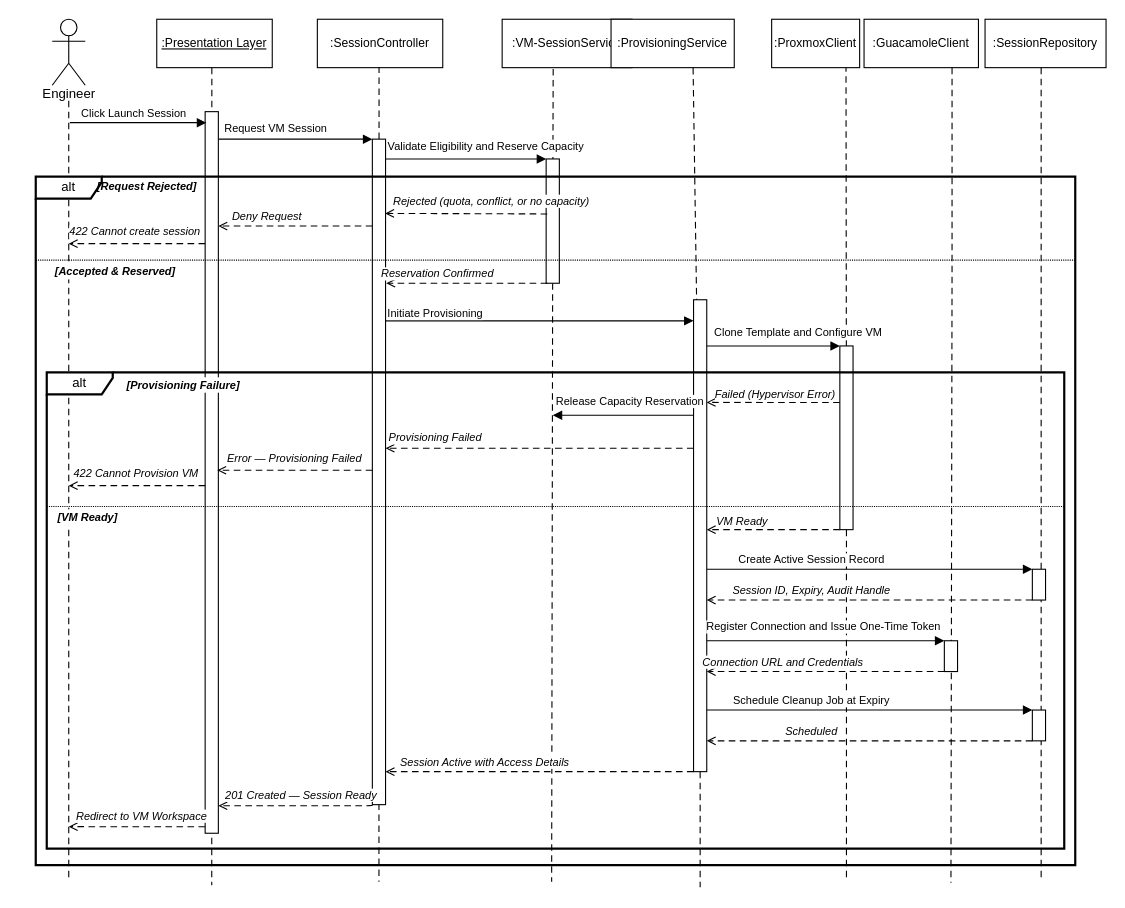
Above: page "Copy of Provision VM Session" (4 of 12) of internshipReport/plantuml/Sequence Diagram.drawio in AbdelazizBarhoumi/iot_reap (draw.io), before the change. Source tidied: cells renumbered, new cells numbered last; positions are measured from the earlier drawing's top-left corner, leaving out a move shared by most shapes. Both pictures are drawn from the tidied source at 110%, with x=0, y=0 at pixel (19, 19).
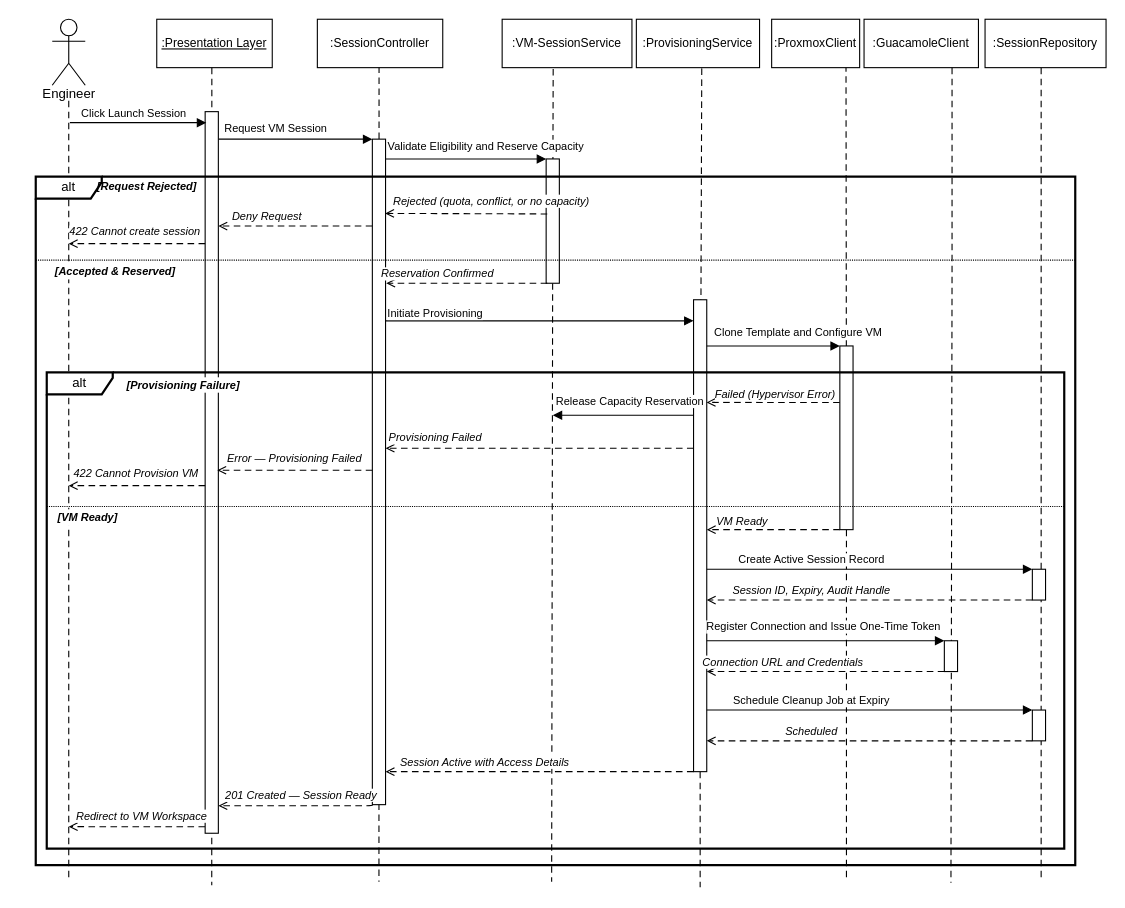
Above is the later version.

The change refers to these unchanged cells:
```xml
<mxCell id="7" style="rounded=0;fillColor=#ffffff;strokeColor=#000000;strokeWidth=1;" parent="1" vertex="1">
  <mxGeometry x="613" y="255" width="12" height="429" as="geometry" />
</mxCell>
```

Change to the diagram source:
```diff
@@
     <mxCell id="11" value=":ProvisioningService" style="rounded=0;whiteSpace=wrap;html=1;fillColor=#ffffff;strokeColor=#000000;fontSize=11;align=center;verticalAlign=middle;" parent="1" vertex="1">
-      <mxGeometry x="538" width="112" height="44" as="geometry" />
+      <mxGeometry x="561" width="112" height="44" as="geometry" />
     </mxCell>
@@
-    <mxCell id="22" style="endArrow=none;dashed=1;dashPattern=6 4;strokeColor=#000000;strokeWidth=1;exitX=0.666;exitY=1.005;exitDx=0;exitDy=0;exitPerimeter=0;" parent="1" edge="1" source="11" target="7">
+    <mxCell id="22" style="endArrow=none;dashed=1;dashPattern=6 4;strokeColor=#000000;strokeWidth=1;exitX=0.531;exitY=1.015;exitDx=0;exitDy=0;exitPerimeter=0;" parent="1" edge="1" source="11" target="7">
       <mxGeometry relative="1" as="geometry" />
     </mxCell>
```
